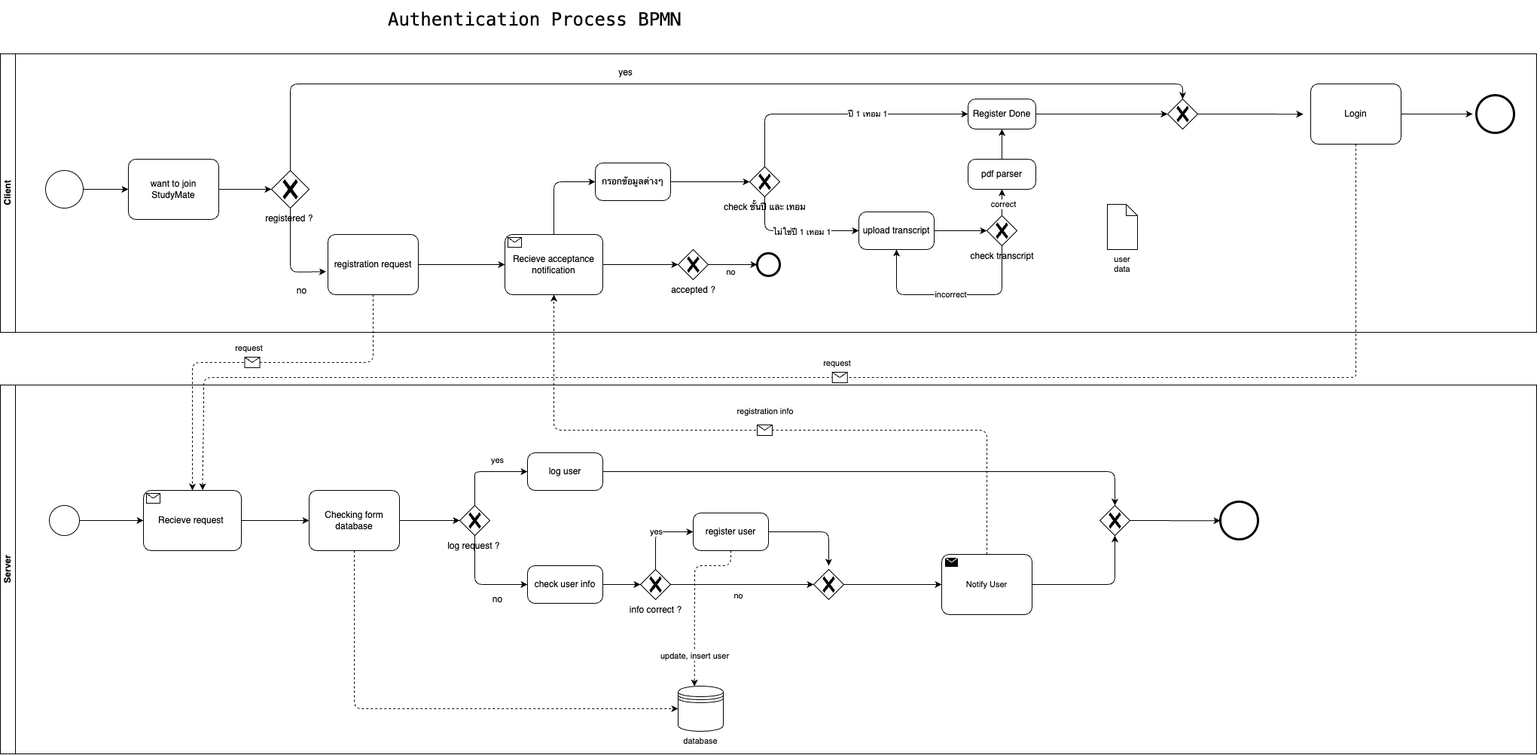
Above: Auth_BPMN.drawio.png in thanatat64/CEPP-BPMN (draw.io), before the change. Source tidied: cells renumbered, new cells last; positions are measured from the earlier drawing's top-left corner, leaving out a move shared by most shapes.
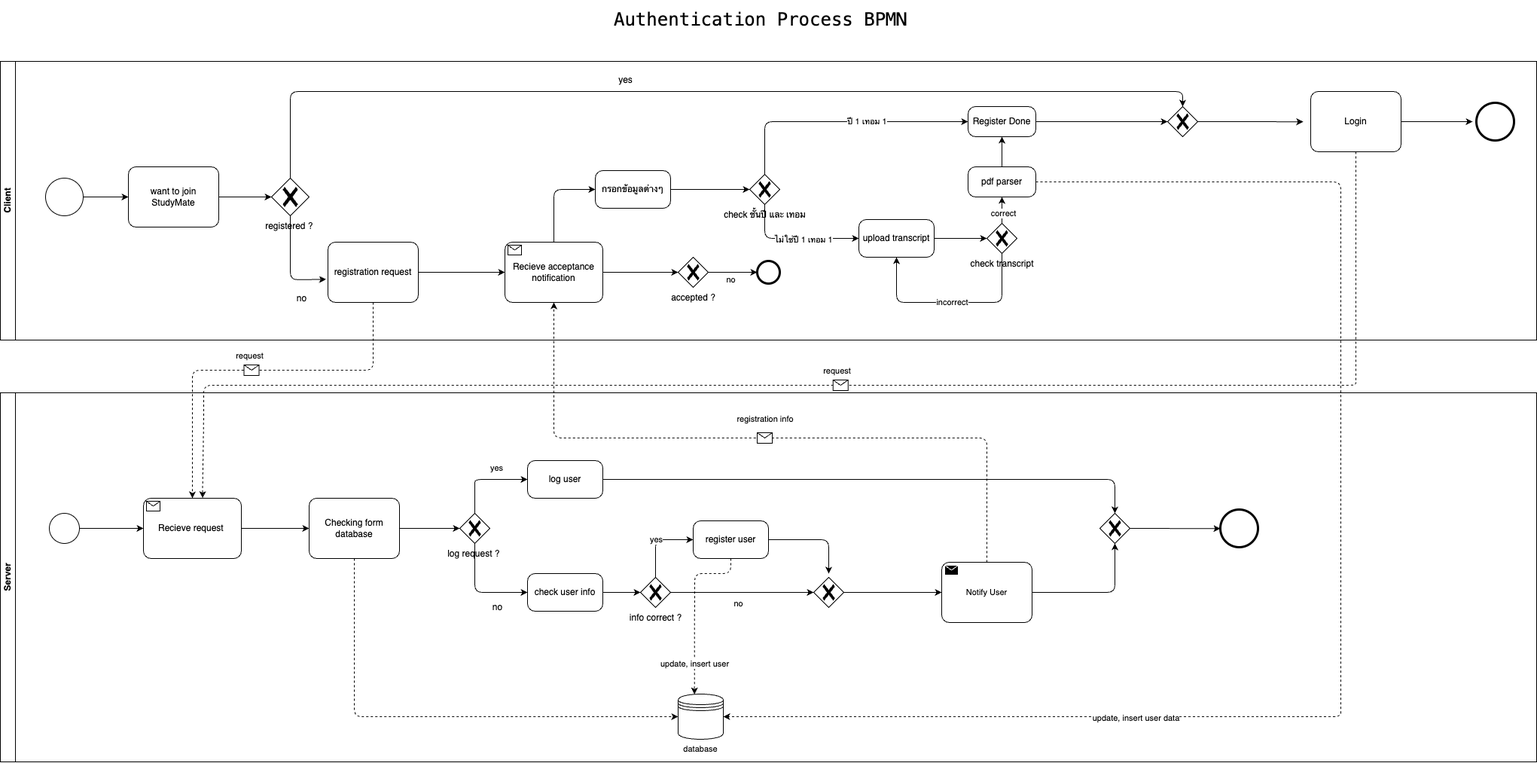
The same file after the commit.

The edit, as a diff of the source:
```diff
@@ -3,7 +3,7 @@
     <mxCell id="0" />
     <mxCell id="1" parent="0" />
     <mxCell id="2" value="&lt;pre&gt;&lt;font style=&quot;font-size: 24px;&quot;&gt;Authentication Process BPMN&lt;/font&gt;&lt;/pre&gt;" style="text;html=1;strokeColor=none;fillColor=none;align=center;verticalAlign=middle;whiteSpace=wrap;rounded=0;fontFamily=Tahoma;fontSize=12;" parent="1" vertex="1">
-      <mxGeometry x="590" width="240" height="30" as="geometry" />
+      <mxGeometry x="890" y="-10" width="240" height="30" as="geometry" />
     </mxCell>
     <mxCell id="3" value="Server" style="swimlane;startSize=20;horizontal=0;html=1;whiteSpace=wrap;" parent="1" vertex="1">
       <mxGeometry y="500" width="2040" height="490" as="geometry" />
@@ -272,9 +272,6 @@
     <mxCell id="67" value="Register Done" style="points=[[0.25,0,0],[0.5,0,0],[0.75,0,0],[1,0.25,0],[1,0.5,0],[1,0.75,0],[0.75,1,0],[0.5,1,0],[0.25,1,0],[0,0.75,0],[0,0.5,0],[0,0.25,0]];shape=mxgraph.bpmn.task;whiteSpace=wrap;rectStyle=rounded;size=10;html=1;taskMarker=abstract;" parent="32" vertex="1">
       <mxGeometry x="1285" y="60" width="90" height="40" as="geometry" />
     </mxCell>
-    <mxCell id="68" value="user data" style="shape=mxgraph.bpmn.data;labelPosition=center;verticalLabelPosition=bottom;align=center;verticalAlign=top;whiteSpace=wrap;size=15;html=1;fontFamily=Helvetica;fontSize=11;fontColor=default;" parent="32" vertex="1">
-      <mxGeometry x="1470" y="200" width="40" height="60" as="geometry" />
-    </mxCell>
     <mxCell id="69" style="edgeStyle=none;shape=connector;rounded=1;html=1;exitX=0.5;exitY=0;exitDx=0;exitDy=0;exitPerimeter=0;entryX=0.5;entryY=1;entryDx=0;entryDy=0;entryPerimeter=0;labelBackgroundColor=default;strokeColor=default;fontFamily=Helvetica;fontSize=11;fontColor=default;startArrow=none;startFill=0;endArrow=classic;" parent="32" edge="1" source="70" target="67">
       <mxGeometry relative="1" as="geometry" />
     </mxCell>
@@ -351,5 +348,17 @@
         <mxPoint x="1730" y="140.2" as="targetPoint" />
       </mxGeometry>
     </mxCell>
+    <mxCell id="82" style="edgeStyle=none;shape=connector;rounded=1;html=1;exitX=1;exitY=0.5;exitDx=0;exitDy=0;exitPerimeter=0;entryX=1;entryY=0.5;entryDx=0;entryDy=0;labelBackgroundColor=default;strokeColor=default;fontFamily=Helvetica;fontSize=11;fontColor=default;startArrow=none;startFill=0;endArrow=classic;dashed=1;" parent="1" edge="1" source="70" target="21">
+      <mxGeometry relative="1" as="geometry">
+        <Array as="points">
+          <mxPoint x="1780" y="220" />
+          <mxPoint x="1780" y="910" />
+          <mxPoint x="1780" y="930" />
+        </Array>
+      </mxGeometry>
+    </mxCell>
+    <mxCell id="83" value="update, insert user data" style="edgeLabel;html=1;align=center;verticalAlign=middle;fontSize=11;fontFamily=Helvetica;fontColor=default;" parent="82" vertex="1">
+      <mxGeometry x="0.43" y="1" relative="1" as="geometry" />
+    </mxCell>
   </root>
 </mxGraphModel>
```
